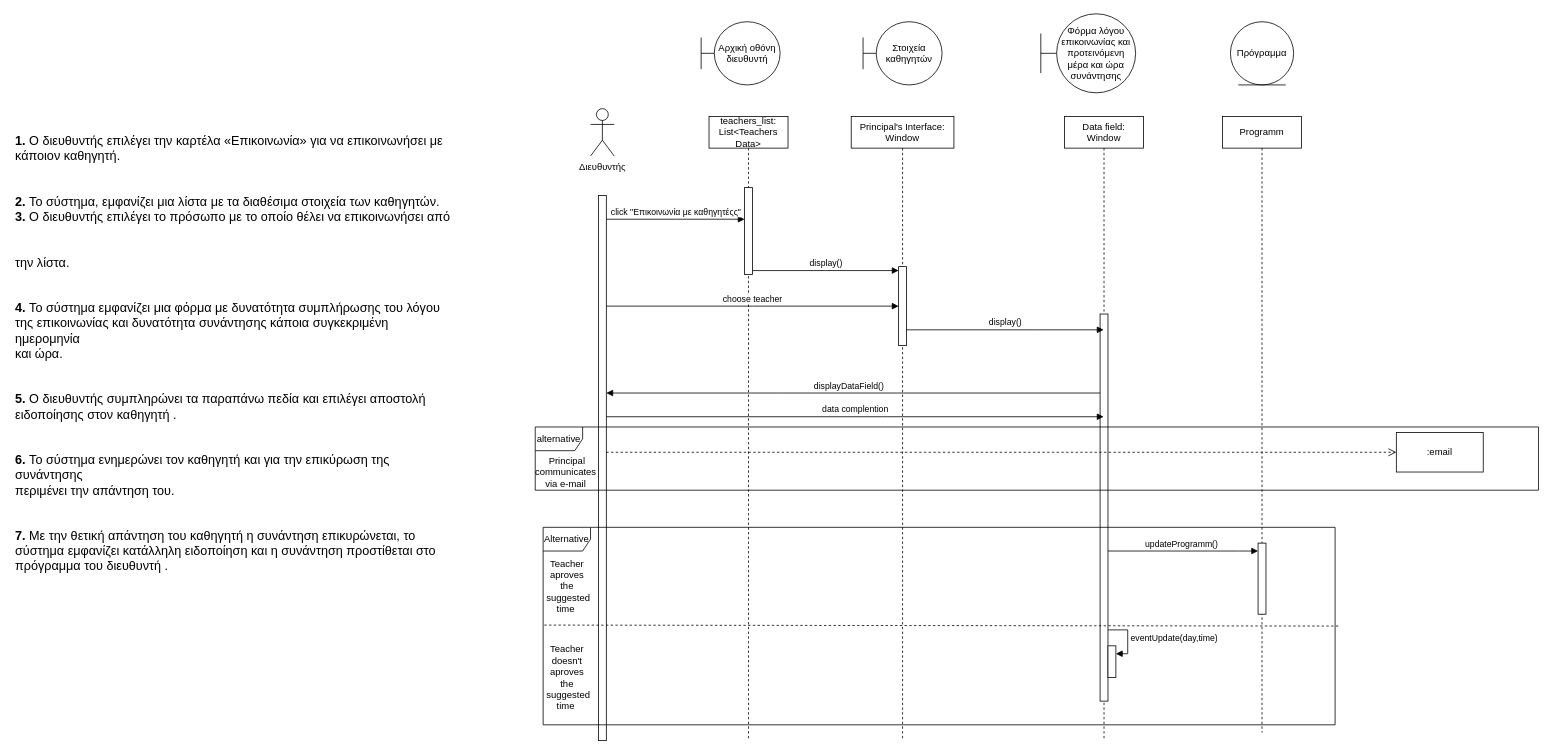
The draw.io diagram Παραδοτέο4/sequence_Principal2.drawio in m1kemp/School-Hero, before the edit. Source tidied: cells renumbered, new cells numbered last; positions are measured from the earlier drawing's top-left corner, leaving out a move shared by most shapes. Both pictures are drawn from the tidied source at 79%, with x=0, y=0 at pixel (13, 13).
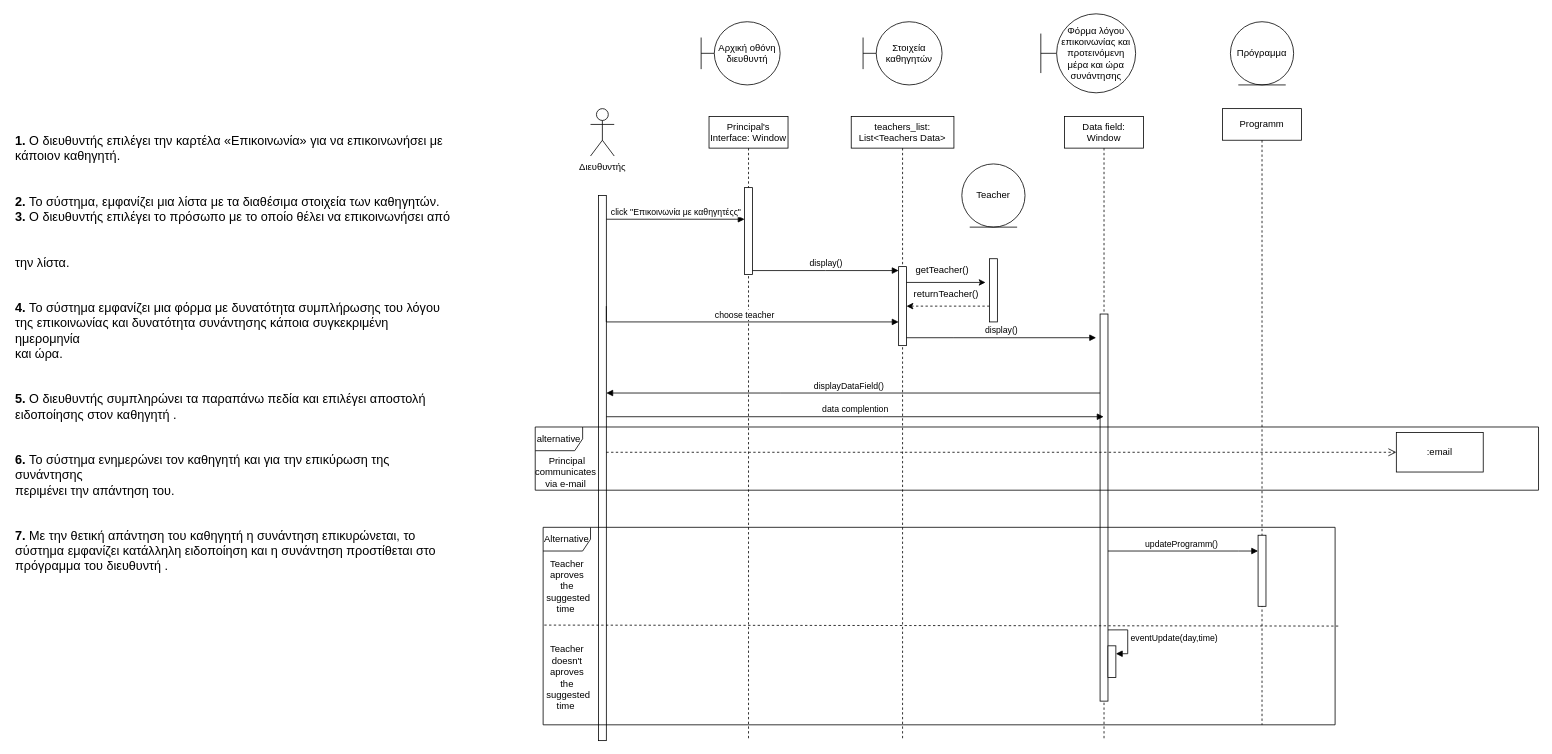
After the change.

Commit message (it also covers changes not shown here):
principal_final_sequence

Unchanged cells that the change refers to:
```xml
<mxCell id="8" style="html=1;points=[];perimeter=orthogonalPerimeter;outlineConnect=0;targetShapes=umlLifeline;portConstraint=eastwest;newEdgeStyle={&quot;edgeStyle&quot;:&quot;elbowEdgeStyle&quot;,&quot;elbow&quot;:&quot;vertical&quot;,&quot;curved&quot;:0,&quot;rounded&quot;:0};" parent="7" vertex="1">
  <mxGeometry x="60" y="190" width="10" height="100" as="geometry" />
</mxCell>
<mxCell id="11" value="Data field: Window" style="shape=umlLifeline;perimeter=lifelinePerimeter;whiteSpace=wrap;html=1;outlineConnect=0;portConstraint=eastwest;newEdgeStyle={&quot;edgeStyle&quot;:&quot;elbowEdgeStyle&quot;,&quot;elbow&quot;:&quot;vertical&quot;,&quot;curved&quot;:0,&quot;rounded&quot;:0};" parent="1" vertex="1">
  <mxGeometry x="1330" y="130" width="100" height="790" as="geometry" />
</mxCell>
```

Diff of the diagram source:
```diff
@@
-    <mxCell id="7" value="Principal's Interface: Window" style="shape=umlLifeline;perimeter=lifelinePerimeter;whiteSpace=wrap;html=1;newEdgeStyle={&quot;edgeStyle&quot;:&quot;elbowEdgeStyle&quot;,&quot;elbow&quot;:&quot;vertical&quot;,&quot;curved&quot;:0,&quot;rounded&quot;:0};" parent="1" vertex="1">
+    <mxCell id="7" value="teachers_list: List&amp;lt;Teachers Data&amp;gt;" style="shape=umlLifeline;perimeter=lifelinePerimeter;whiteSpace=wrap;html=1;newEdgeStyle={&quot;edgeStyle&quot;:&quot;elbowEdgeStyle&quot;,&quot;elbow&quot;:&quot;vertical&quot;,&quot;curved&quot;:0,&quot;rounded&quot;:0};" parent="1" vertex="1">
       <mxGeometry x="1060" y="130" width="130" height="790" as="geometry" />
     </mxCell>
@@
-    <mxCell id="9" value="teachers_list: List&amp;lt;Teachers Data&amp;gt;" style="shape=umlLifeline;perimeter=lifelinePerimeter;whiteSpace=wrap;html=1;newEdgeStyle={&quot;edgeStyle&quot;:&quot;elbowEdgeStyle&quot;,&quot;elbow&quot;:&quot;vertical&quot;,&quot;curved&quot;:0,&quot;rounded&quot;:0};" parent="1" vertex="1">
+    <mxCell id="9" value="Principal's Interface: Window" style="shape=umlLifeline;perimeter=lifelinePerimeter;whiteSpace=wrap;html=1;newEdgeStyle={&quot;edgeStyle&quot;:&quot;elbowEdgeStyle&quot;,&quot;elbow&quot;:&quot;vertical&quot;,&quot;curved&quot;:0,&quot;rounded&quot;:0};" parent="1" vertex="1">
       <mxGeometry x="880" y="130" width="100" height="790" as="geometry" />
     </mxCell>
@@
     <mxCell id="15" value="Programm" style="shape=umlLifeline;perimeter=lifelinePerimeter;whiteSpace=wrap;html=1;newEdgeStyle={&quot;edgeStyle&quot;:&quot;elbowEdgeStyle&quot;,&quot;elbow&quot;:&quot;vertical&quot;,&quot;curved&quot;:0,&quot;rounded&quot;:0};" parent="1" vertex="1">
-      <mxGeometry x="1530" y="130" width="100" height="780" as="geometry" />
+      <mxGeometry x="1530" y="120" width="100" height="780" as="geometry" />
     </mxCell>
@@
     <mxCell id="19" value="choose teacher" style="html=1;verticalAlign=bottom;endArrow=block;edgeStyle=elbowEdgeStyle;elbow=vertical;curved=0;rounded=0;" parent="1" edge="1" target="8">
       <mxGeometry relative="1" as="geometry">
         <mxPoint x="750" y="370" as="sourcePoint" />
+        <Array as="points">
+          <mxPoint x="860" y="390" />
+          <mxPoint x="880" y="380" />
+        </Array>
       </mxGeometry>
     </mxCell>
-    <mxCell id="20" value="display()" style="html=1;verticalAlign=bottom;endArrow=block;edgeStyle=elbowEdgeStyle;elbow=vertical;curved=0;rounded=0;" parent="1" edge="1" source="8" target="11">
+    <mxCell id="20" value="display()" style="html=1;verticalAlign=bottom;endArrow=block;edgeStyle=elbowEdgeStyle;elbow=vertical;curved=0;rounded=0;" parent="1" edge="1" source="8">
       <mxGeometry relative="1" as="geometry">
+        <mxPoint x="1370" y="410" as="targetPoint" />
         <Array as="points">
+          <mxPoint x="1190" y="410" />
           <mxPoint x="1290" y="400" />
         </Array>
       </mxGeometry>
     </mxCell>
@@
+    <mxCell id="34" value="Teacher" style="ellipse;shape=umlEntity;whiteSpace=wrap;html=1;" parent="1" vertex="1">
+      <mxGeometry x="1200" y="190" width="80" height="80" as="geometry" />
+    </mxCell>
+    <mxCell id="35" style="edgeStyle=elbowEdgeStyle;rounded=0;jettySize=auto;html=1;elbow=vertical;curved=0;dashed=1;" parent="1" edge="1" source="36" target="8">
+      <mxGeometry relative="1" as="geometry">
+        <Array as="points">
+          <mxPoint x="1230" y="370" />
+          <mxPoint x="1160" y="360" />
+        </Array>
+      </mxGeometry>
+    </mxCell>
+    <mxCell id="36" style="html=1;points=[];perimeter=orthogonalPerimeter;outlineConnect=0;targetShapes=umlLifeline;portConstraint=eastwest;newEdgeStyle={&quot;edgeStyle&quot;:&quot;elbowEdgeStyle&quot;,&quot;elbow&quot;:&quot;vertical&quot;,&quot;curved&quot;:0,&quot;rounded&quot;:0};" parent="1" vertex="1">
+      <mxGeometry x="1235" y="310" width="10" height="80" as="geometry" />
+    </mxCell>
+    <mxCell id="37" style="edgeStyle=elbowEdgeStyle;rounded=0;jettySize=auto;html=1;elbow=vertical;curved=0;" parent="1" edge="1" source="8">
+      <mxGeometry relative="1" as="geometry">
+        <mxPoint x="1230" y="340" as="targetPoint" />
+      </mxGeometry>
+    </mxCell>
+    <mxCell id="38" value="getTeacher()" style="text;html=1;align=center;verticalAlign=middle;strokeColor=none;fillColor=none;" parent="1" vertex="1">
+      <mxGeometry x="1130" y="310" width="90" height="30" as="geometry" />
+    </mxCell>
+    <mxCell id="39" value="returnTeacher()" style="text;html=1;align=center;verticalAlign=middle;strokeColor=none;fillColor=none;" parent="1" vertex="1">
+      <mxGeometry x="1125" y="340" width="110" height="30" as="geometry" />
+    </mxCell>
```
